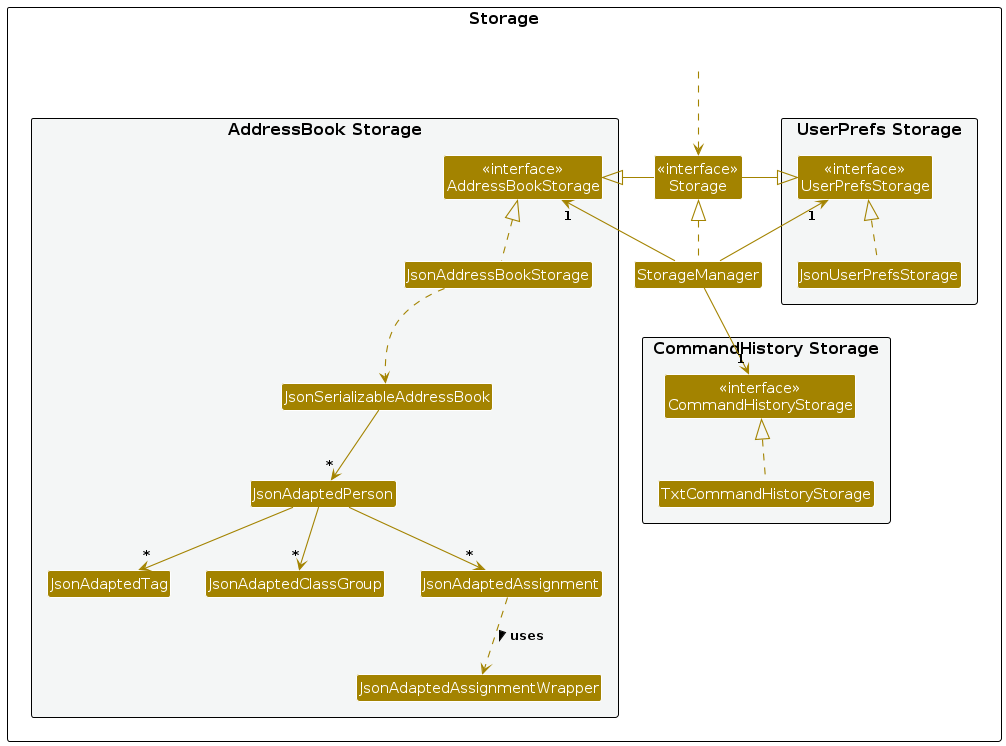
AY2526S1-CS2103T-F14b-3/tp keeps this PlantUML diagram as diagrams/StorageClassDiagram.png. Above is the earlier version. Its source is kept beside it as diagrams/StorageClassDiagram.puml.
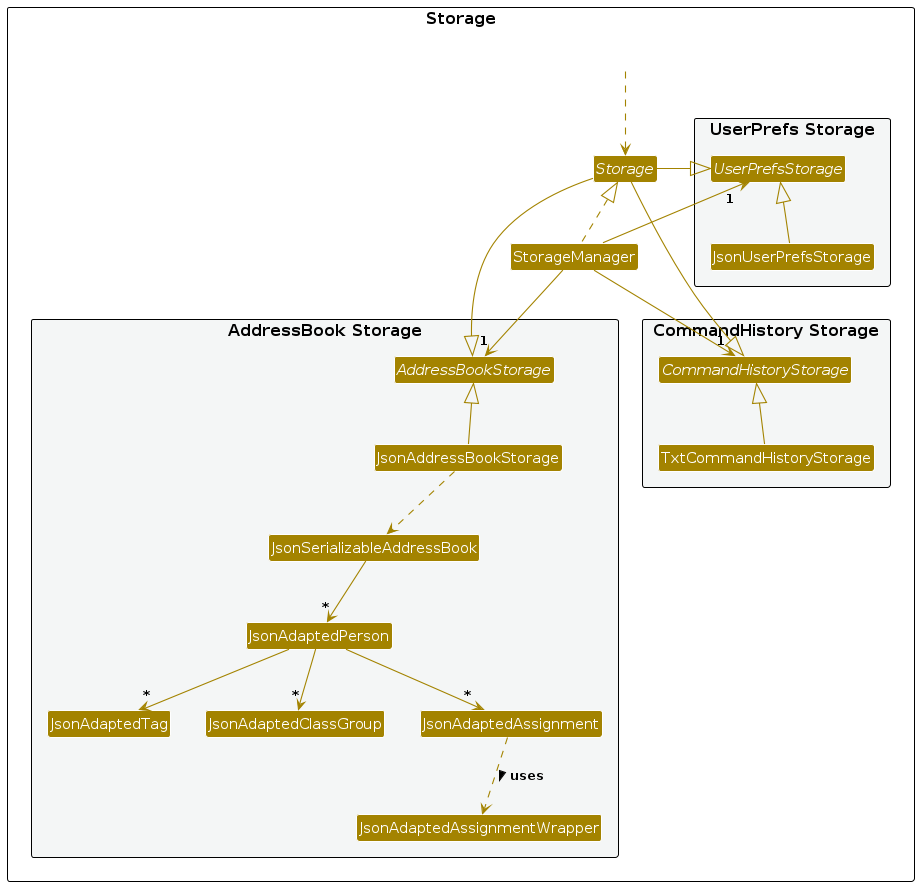
Later version of the same file.

Change to the diagram source:
```diff
@@ -1,4 +1,5 @@
 @startuml
+top to bottom direction
 !include style.puml
 skinparam arrowThickness 1.1
 skinparam arrowColor STORAGE_COLOR
@@ -6,48 +7,50 @@
 
 package Storage as StoragePackage {
 
-package "UserPrefs Storage" #F4F6F6{
-Class "<<interface>>\nUserPrefsStorage" as UserPrefsStorage
-Class JsonUserPrefsStorage
+    class StorageManager
+
+    package "UserPrefs Storage" #F4F6F6 {
+        interface UserPrefsStorage
+        class JsonUserPrefsStorage
+        JsonUserPrefsStorage -up-|> UserPrefsStorage
+    }
+
+    package "AddressBook Storage" #F4F6F6 {
+        interface AddressBookStorage
+        class JsonAddressBookStorage
+        class JsonSerializableAddressBook
+        class JsonAdaptedPerson
+        class JsonAdaptedTag
+        class JsonAdaptedClassGroup
+        class JsonAdaptedAssignment
+        class JsonAdaptedAssignmentWrapper
+
+        JsonAddressBookStorage -up-|> AddressBookStorage
+        JsonAddressBookStorage ..> JsonSerializableAddressBook
+        JsonSerializableAddressBook --> "*" JsonAdaptedPerson
+        JsonAdaptedPerson --> "*" JsonAdaptedTag
+        JsonAdaptedPerson --> "*" JsonAdaptedClassGroup
+        JsonAdaptedPerson --> "*" JsonAdaptedAssignment
+        JsonAdaptedAssignment ..> JsonAdaptedAssignmentWrapper : uses >
+    }
+
+    package "CommandHistory Storage" #F4F6F6 {
+        interface CommandHistoryStorage
+        class TxtCommandHistoryStorage
+        TxtCommandHistoryStorage -up-|> CommandHistoryStorage
+    }
+
+    interface Storage
+    Storage -left-|> UserPrefsStorage
+    Storage -right-|> AddressBookStorage
+    Storage -|> CommandHistoryStorage
+    StorageManager .up.|> Storage
+
+    StorageManager -down-> "1" UserPrefsStorage
+    StorageManager -down-> "1" AddressBookStorage
+    StorageManager -down-> "1" CommandHistoryStorage
+
+    class HiddenOutside #FFFFFF
+    HiddenOutside ..> Storage
 }
-
-Class "<<interface>>\nStorage" as Storage
-Class StorageManager
-
-package "AddressBook Storage" #F4F6F6{
-Class "<<interface>>\nAddressBookStorage" as AddressBookStorage
-Class JsonAddressBookStorage
-Class JsonSerializableAddressBook
-Class JsonAdaptedPerson
-Class JsonAdaptedTag
-Class JsonAdaptedClassGroup
-Class JsonAdaptedAssignment
-Class JsonAdaptedAssignmentWrapper
-}
-
-package "CommandHistory Storage" #F4F6F6{
-Class "<<interface>>\nCommandHistoryStorage" as CommandHistoryStorage
-Class TxtCommandHistoryStorage
-}
-
-Class HiddenOutside #FFFFFF
-HiddenOutside ..> Storage
-
-StorageManager .up.|> Storage
-StorageManager -up-> "1" UserPrefsStorage
-StorageManager -up-> "1" AddressBookStorage
-StorageManager -down-> "1" CommandHistoryStorage
-
-Storage -left-|> UserPrefsStorage
-Storage -right-|> AddressBookStorage
-
-JsonUserPrefsStorage .up.|> UserPrefsStorage
-JsonAddressBookStorage .up.|> AddressBookStorage
-JsonAddressBookStorage ..> JsonSerializableAddressBook
-JsonSerializableAddressBook --> "*" JsonAdaptedPerson
-JsonAdaptedPerson --> "*" JsonAdaptedTag
-JsonAdaptedPerson --> "*" JsonAdaptedClassGroup
-JsonAdaptedPerson --> "*" JsonAdaptedAssignment
-JsonAdaptedAssignment ..> JsonAdaptedAssignmentWrapper : uses >
-TxtCommandHistoryStorage .up.|> CommandHistoryStorage
 @enduml
```
